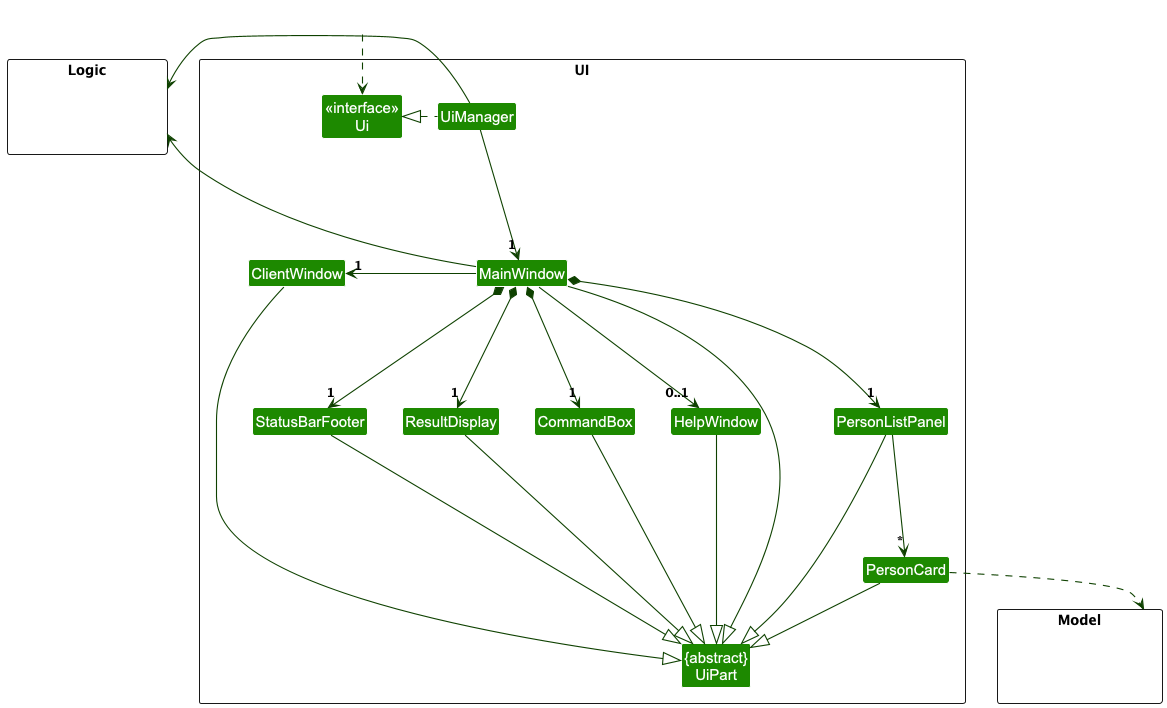
Earlier version of the PlantUML export docs/images/UiClassDiagram.png (nus-cs2103-AY2425S1/tp).
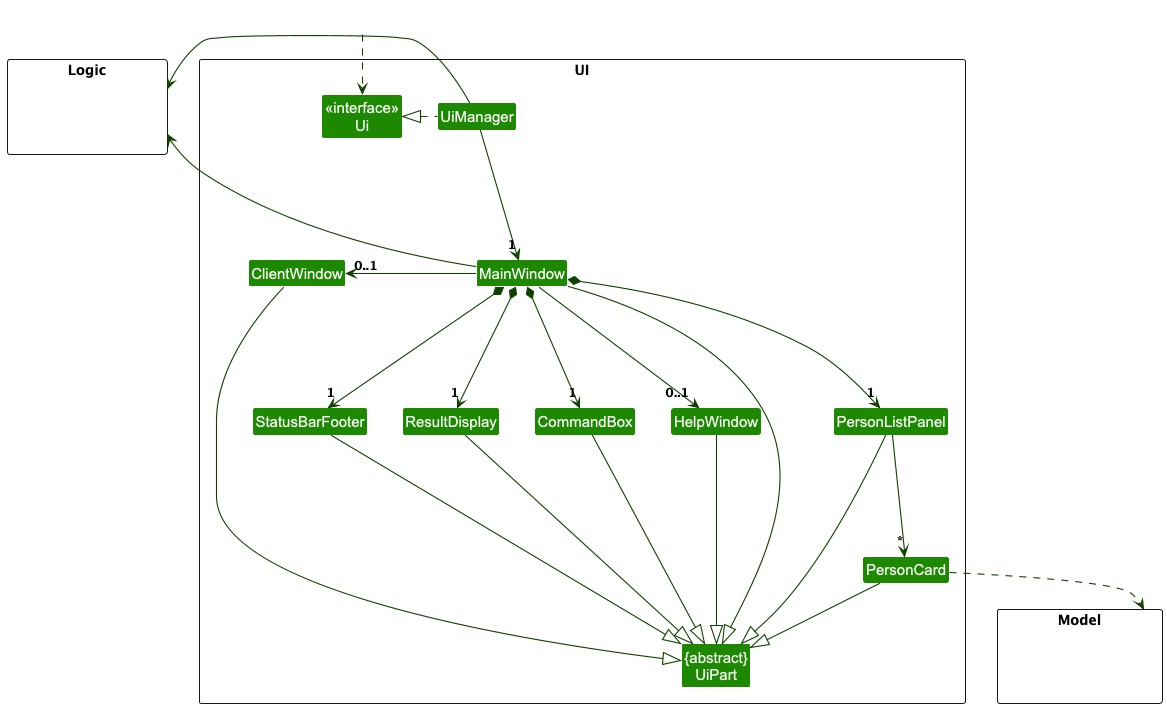
The same diagram one commit later.

Commit message:
Update UML Diagram

What changed in the source:
```diff
@@ -36,7 +36,7 @@
 MainWindow *--down-> "1" PersonListPanel
 MainWindow *--down-> "1" StatusBarFooter
 MainWindow ---> "0..1" HelpWindow
-MainWindow --left-> "1" ClientWindow
+MainWindow --left-> "0..1" ClientWindow
 
 PersonListPanel -down-> "*" PersonCard
 
```
